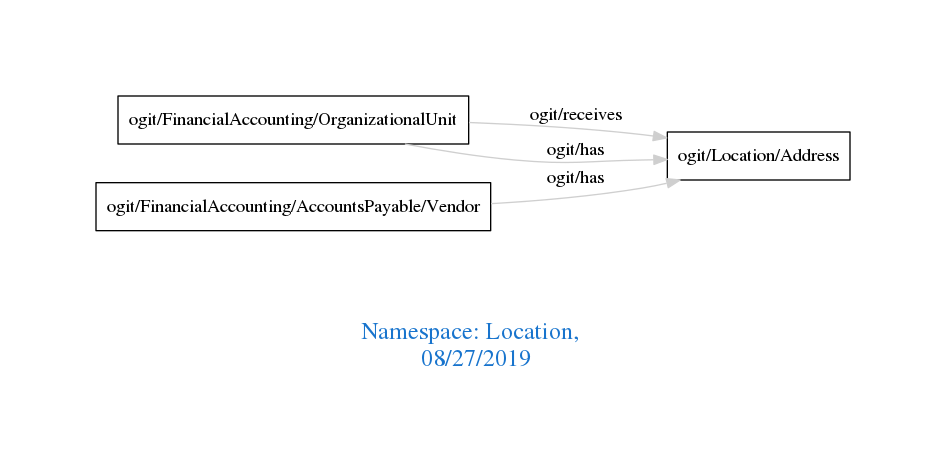
arago/OGIT keeps this Graphviz diagram as downloads/Location.png. Above is the earlier version. Its source is kept beside it as downloads/Location.dot.
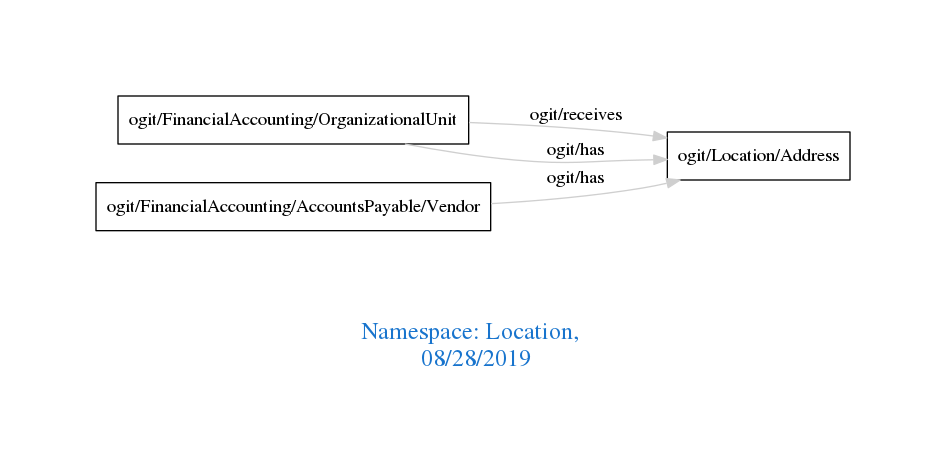
Above is the later version.

What changed in the source:
```diff
@@ -1,7 +1,7 @@
 digraph OGIT_ontology {
  graph [ rankdir= LR,pad=1
 fontsize = 18,
-fontcolor= dodgerblue3,label = "\n\n\nNamespace: Location, \n 08/27/2019"];
+fontcolor= dodgerblue3,label = "\n\n\nNamespace: Location, \n 08/28/2019"];
 node[shape=polygon];
 edge [  color="gray81"];
 
```
